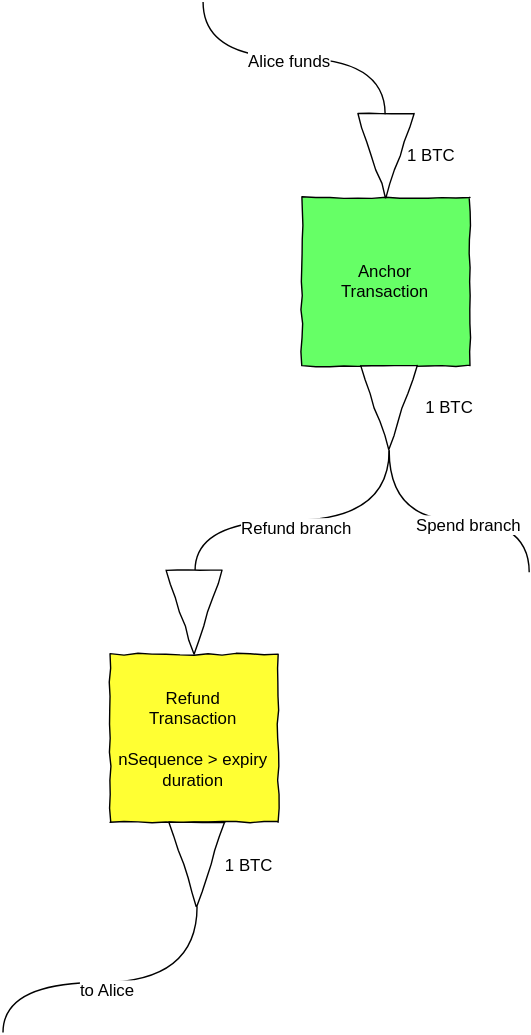
PayChan/bitcoin-payment-channels-taxonomy keeps this draw.io diagram as Simple_Channel2.svg. Above is the earlier version. Source tidied: cells renumbered, new cells last; positions are measured from the earlier drawing's top-left corner, leaving out a move shared by most shapes. The source it was exported from:
```xml
<mxGraphModel background="#ffffff">
  <root>
    <mxCell id="0" />
    <mxCell id="1" parent="0" />
    <mxCell id="2" value="Anchor&lt;div&gt;Transaction&lt;/div&gt;" style="whiteSpace=wrap;html=1;comic=1;fillColor=#66FF66;" parent="1" vertex="1">
      <mxGeometry x="214" y="139.6" width="120" height="120" as="geometry" />
    </mxCell>
    <mxCell id="3" style="triangle;whiteSpace=wrap;html=1;comic=1;rotation=90;" parent="1" vertex="1">
      <mxGeometry x="244" y="89.6" width="60" height="40" as="geometry" />
    </mxCell>
    <mxCell id="4" style="triangle;whiteSpace=wrap;html=1;comic=1;rotation=90;" parent="1" vertex="1">
      <mxGeometry x="246" y="269.6" width="60" height="40" as="geometry" />
    </mxCell>
    <mxCell id="5" style="endArrow=none;html=1;edgeStyle=orthogonalEdgeStyle;entryX=0;entryY=0.5;endFill=0;curved=1;" parent="1" edge="1">
      <mxGeometry x="559" y="3480.6" as="geometry">
        <mxPoint x="143.4" as="sourcePoint" />
        <mxPoint x="273.4" y="80" as="targetPoint" />
        <Array as="points">
          <mxPoint x="144" y="39.6" />
          <mxPoint x="274" y="39.6" />
        </Array>
      </mxGeometry>
    </mxCell>
    <mxCell id="6" value="Alice funds" style="text;html=1;align=center;verticalAlign=middle;labelBackgroundColor=#ffffff;" parent="5" vertex="1">
      <mxGeometry relative="1" as="geometry">
        <mxPoint x="-4" y="1" as="offset" />
      </mxGeometry>
    </mxCell>
    <mxCell id="7" value="Alice funds" style="text;html=1;align=center;verticalAlign=middle;labelBackgroundColor=#ffffff;" parent="1" vertex="1">
      <mxGeometry x="205.1" y="41" as="geometry">
        <mxPoint x="-4" y="1" as="offset" />
      </mxGeometry>
    </mxCell>
    <mxCell id="8" style="endArrow=none;html=1;edgeStyle=orthogonalEdgeStyle;endFill=0;curved=1;exitX=1;exitY=0.5;entryX=0;entryY=0.5;" parent="1" edge="1" source="4">
      <mxGeometry x="706" y="3810.6" as="geometry">
        <mxPoint x="376.3" y="407.1" as="targetPoint" />
        <Array as="points">
          <mxPoint x="276" y="369.6" />
          <mxPoint x="376" y="369.6" />
        </Array>
      </mxGeometry>
    </mxCell>
    <mxCell id="9" value="Spend branch" style="text;html=1;align=center;verticalAlign=middle;labelBackgroundColor=#ffffff;" parent="8" vertex="1">
      <mxGeometry relative="1" as="geometry">
        <mxPoint x="12" y="2" as="offset" />
      </mxGeometry>
    </mxCell>
    <mxCell id="10" value="Spend branch" style="text;html=1;align=center;verticalAlign=middle;labelBackgroundColor=#ffffff;" parent="1" vertex="1">
      <mxGeometry x="332.6" y="372" as="geometry">
        <mxPoint x="12" y="2" as="offset" />
      </mxGeometry>
    </mxCell>
    <mxCell id="11" style="endArrow=none;html=1;edgeStyle=orthogonalEdgeStyle;endFill=0;curved=1;exitX=1;exitY=0.5;entryX=0;entryY=0.5;" parent="1" edge="1" source="4" target="17">
      <mxGeometry x="416" y="3820.6" as="geometry">
        <Array as="points">
          <mxPoint x="276" y="369.6" />
          <mxPoint x="137" y="369.6" />
        </Array>
      </mxGeometry>
    </mxCell>
    <mxCell id="12" value="Refund branch" style="text;html=1;align=center;verticalAlign=middle;labelBackgroundColor=#ffffff;" parent="11" vertex="1">
      <mxGeometry relative="1" as="geometry">
        <mxPoint x="-4" y="4" as="offset" />
      </mxGeometry>
    </mxCell>
    <mxCell id="13" value="Refund branch" style="text;html=1;align=center;verticalAlign=middle;labelBackgroundColor=#ffffff;" parent="1" vertex="1">
      <mxGeometry x="209.4" y="374" as="geometry">
        <mxPoint x="-4" y="4" as="offset" />
      </mxGeometry>
    </mxCell>
    <mxCell id="14" value="1 BTC" style="text;html=1;strokeColor=none;fillColor=none;align=center;verticalAlign=middle;whiteSpace=wrap;overflow=hidden;comic=1;" parent="1" vertex="1">
      <mxGeometry x="285" y="89.6" width="42" height="39" as="geometry" />
    </mxCell>
    <mxCell id="15" value="1 BTC" style="text;html=1;strokeColor=none;fillColor=none;align=center;verticalAlign=middle;whiteSpace=wrap;overflow=hidden;comic=1;" parent="1" vertex="1">
      <mxGeometry x="295" y="269.6" width="48" height="39" as="geometry" />
    </mxCell>
    <mxCell id="16" value="Refund&lt;div&gt;Transaction&lt;/div&gt;&lt;div&gt;&lt;br&gt;&lt;/div&gt;&lt;div&gt;nSequence &amp;gt; expiry duration&lt;/div&gt;" style="whiteSpace=wrap;html=1;comic=1;fillColor=#FFFF33;" parent="1" vertex="1">
      <mxGeometry x="77" y="465.6" width="120" height="120" as="geometry" />
    </mxCell>
    <mxCell id="17" style="triangle;whiteSpace=wrap;html=1;comic=1;rotation=90;" parent="1" vertex="1">
      <mxGeometry x="107" y="415.6" width="60" height="40" as="geometry" />
    </mxCell>
    <mxCell id="18" style="triangle;whiteSpace=wrap;html=1;comic=1;rotation=90;" parent="1" vertex="1">
      <mxGeometry x="109" y="595.6" width="60" height="40" as="geometry" />
    </mxCell>
    <mxCell id="19" style="endArrow=none;html=1;edgeStyle=orthogonalEdgeStyle;endFill=0;curved=1;exitX=1;exitY=0.5;entryX=0;entryY=0.5;" parent="1" edge="1" source="18">
      <mxGeometry x="279" y="4150.6" as="geometry">
        <mxPoint x="0.6" y="735.7" as="targetPoint" />
        <Array as="points">
          <mxPoint x="139" y="699.6" />
          <mxPoint y="699.6" />
        </Array>
      </mxGeometry>
    </mxCell>
    <mxCell id="20" value="to Alice" style="text;html=1;align=center;verticalAlign=middle;labelBackgroundColor=#ffffff;" parent="19" vertex="1">
      <mxGeometry relative="1" as="geometry">
        <mxPoint x="-4" y="4" as="offset" />
      </mxGeometry>
    </mxCell>
    <mxCell id="21" value="to Alice" style="text;html=1;align=center;verticalAlign=middle;labelBackgroundColor=#ffffff;" parent="1" vertex="1">
      <mxGeometry x="75.1" y="704" as="geometry">
        <mxPoint x="-4" y="4" as="offset" />
      </mxGeometry>
    </mxCell>
    <mxCell id="22" value="1 BTC" style="text;html=1;strokeColor=none;fillColor=none;align=center;verticalAlign=middle;whiteSpace=wrap;overflow=hidden;comic=1;" parent="1" vertex="1">
      <mxGeometry x="153" y="596.6" width="48" height="39" as="geometry" />
    </mxCell>
  </root>
</mxGraphModel>
```
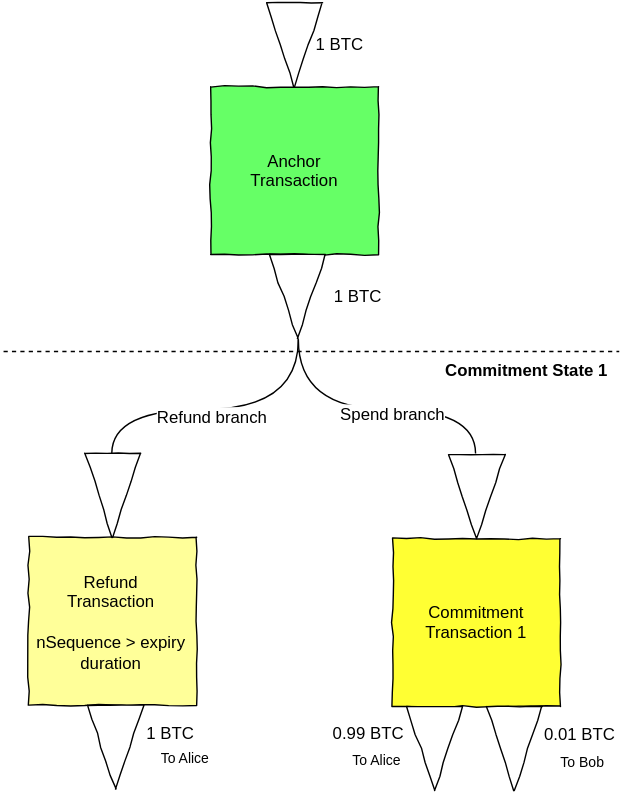
Later version of the same file.

Commit message:
Add recharging the channel and other stuff

What changed in the source:
```diff
@@ -3,107 +3,103 @@
     <mxCell id="0" />
     <mxCell id="1" parent="0" />
     <mxCell id="2" value="Anchor&lt;div&gt;Transaction&lt;/div&gt;" style="whiteSpace=wrap;html=1;comic=1;fillColor=#66FF66;" parent="1" vertex="1">
-      <mxGeometry x="214" y="139.6" width="120" height="120" as="geometry" />
+      <mxGeometry x="184" y="-1503.6" width="120" height="120" as="geometry" />
     </mxCell>
     <mxCell id="3" style="triangle;whiteSpace=wrap;html=1;comic=1;rotation=90;" parent="1" vertex="1">
-      <mxGeometry x="244" y="89.6" width="60" height="40" as="geometry" />
+      <mxGeometry x="214" y="-1553.6" width="60" height="40" as="geometry" />
     </mxCell>
     <mxCell id="4" style="triangle;whiteSpace=wrap;html=1;comic=1;rotation=90;" parent="1" vertex="1">
-      <mxGeometry x="246" y="269.6" width="60" height="40" as="geometry" />
+      <mxGeometry x="216" y="-1373.6" width="60" height="40" as="geometry" />
     </mxCell>
-    <mxCell id="5" style="endArrow=none;html=1;edgeStyle=orthogonalEdgeStyle;entryX=0;entryY=0.5;endFill=0;curved=1;" parent="1" edge="1">
-      <mxGeometry x="559" y="3480.6" as="geometry">
-        <mxPoint x="143.4" as="sourcePoint" />
-        <mxPoint x="273.4" y="80" as="targetPoint" />
+    <mxCell id="5" style="endArrow=none;html=1;edgeStyle=orthogonalEdgeStyle;endFill=0;curved=1;exitX=1;exitY=0.5;entryX=0;entryY=0.5;" parent="1" edge="1" source="4" target="17">
+      <mxGeometry x="676" y="2167.4" as="geometry">
         <Array as="points">
-          <mxPoint x="144" y="39.6" />
-          <mxPoint x="274" y="39.6" />
+          <mxPoint x="246" y="-1273" />
+          <mxPoint x="373" y="-1273" />
         </Array>
       </mxGeometry>
     </mxCell>
-    <mxCell id="6" value="Alice funds" style="text;html=1;align=center;verticalAlign=middle;labelBackgroundColor=#ffffff;" parent="5" vertex="1">
+    <mxCell id="6" value="Spend branch" style="text;html=1;align=center;verticalAlign=middle;labelBackgroundColor=#ffffff;" parent="5" vertex="1">
       <mxGeometry relative="1" as="geometry">
-        <mxPoint x="-4" y="1" as="offset" />
+        <mxPoint x="12" y="2" as="offset" />
       </mxGeometry>
     </mxCell>
-    <mxCell id="7" value="Alice funds" style="text;html=1;align=center;verticalAlign=middle;labelBackgroundColor=#ffffff;" parent="1" vertex="1">
-      <mxGeometry x="205.1" y="41" as="geometry">
-        <mxPoint x="-4" y="1" as="offset" />
+    <mxCell id="7" value="Spend branch" style="text;html=1;align=center;verticalAlign=middle;labelBackgroundColor=#ffffff;" parent="1" vertex="1">
+      <mxGeometry x="313.7" y="-1271" as="geometry">
+        <mxPoint x="12" y="2" as="offset" />
       </mxGeometry>
     </mxCell>
-    <mxCell id="8" style="endArrow=none;html=1;edgeStyle=orthogonalEdgeStyle;endFill=0;curved=1;exitX=1;exitY=0.5;entryX=0;entryY=0.5;" parent="1" edge="1" source="4">
-      <mxGeometry x="706" y="3810.6" as="geometry">
-        <mxPoint x="376.3" y="407.1" as="targetPoint" />
+    <mxCell id="8" style="endArrow=none;html=1;edgeStyle=orthogonalEdgeStyle;endFill=0;curved=1;exitX=1;exitY=0.5;entryX=0;entryY=0.5;" parent="1" edge="1" source="4" target="14">
+      <mxGeometry x="386" y="2177.4" as="geometry">
         <Array as="points">
-          <mxPoint x="276" y="369.6" />
-          <mxPoint x="376" y="369.6" />
+          <mxPoint x="246" y="-1273" />
+          <mxPoint x="113" y="-1273" />
         </Array>
       </mxGeometry>
     </mxCell>
-    <mxCell id="9" value="Spend branch" style="text;html=1;align=center;verticalAlign=middle;labelBackgroundColor=#ffffff;" parent="8" vertex="1">
+    <mxCell id="9" value="Refund branch" style="text;html=1;align=center;verticalAlign=middle;labelBackgroundColor=#ffffff;" parent="8" vertex="1">
       <mxGeometry relative="1" as="geometry">
-        <mxPoint x="12" y="2" as="offset" />
+        <mxPoint x="-4" y="4" as="offset" />
       </mxGeometry>
     </mxCell>
-    <mxCell id="10" value="Spend branch" style="text;html=1;align=center;verticalAlign=middle;labelBackgroundColor=#ffffff;" parent="1" vertex="1">
-      <mxGeometry x="332.6" y="372" as="geometry">
-        <mxPoint x="12" y="2" as="offset" />
+    <mxCell id="10" value="Refund branch" style="text;html=1;align=center;verticalAlign=middle;labelBackgroundColor=#ffffff;" parent="1" vertex="1">
+      <mxGeometry x="184.3" y="-1269" as="geometry">
+        <mxPoint x="-4" y="4" as="offset" />
       </mxGeometry>
     </mxCell>
-    <mxCell id="11" style="endArrow=none;html=1;edgeStyle=orthogonalEdgeStyle;endFill=0;curved=1;exitX=1;exitY=0.5;entryX=0;entryY=0.5;" parent="1" edge="1" source="4" target="17">
-      <mxGeometry x="416" y="3820.6" as="geometry">
-        <Array as="points">
-          <mxPoint x="276" y="369.6" />
-          <mxPoint x="137" y="369.6" />
-        </Array>
-      </mxGeometry>
+    <mxCell id="11" value="1 BTC" style="text;html=1;strokeColor=none;fillColor=none;align=center;verticalAlign=middle;whiteSpace=wrap;overflow=hidden;comic=1;" parent="1" vertex="1">
+      <mxGeometry x="255" y="-1553.6" width="42" height="39" as="geometry" />
     </mxCell>
-    <mxCell id="12" value="Refund branch" style="text;html=1;align=center;verticalAlign=middle;labelBackgroundColor=#ffffff;" parent="11" vertex="1">
-      <mxGeometry relative="1" as="geometry">
-        <mxPoint x="-4" y="4" as="offset" />
-      </mxGeometry>
+    <mxCell id="12" value="1 BTC" style="text;html=1;strokeColor=none;fillColor=none;align=center;verticalAlign=middle;whiteSpace=wrap;overflow=hidden;comic=1;" parent="1" vertex="1">
+      <mxGeometry x="265" y="-1373.6" width="48" height="39" as="geometry" />
     </mxCell>
-    <mxCell id="13" value="Refund branch" style="text;html=1;align=center;verticalAlign=middle;labelBackgroundColor=#ffffff;" parent="1" vertex="1">
-      <mxGeometry x="209.4" y="374" as="geometry">
-        <mxPoint x="-4" y="4" as="offset" />
-      </mxGeometry>
+    <mxCell id="13" value="&lt;span&gt;Refund&lt;/span&gt;&lt;div&gt;Transaction&lt;/div&gt;&lt;div&gt;&lt;br&gt;&lt;/div&gt;&lt;div&gt;nSequence &amp;gt; expiry duration&lt;/div&gt;" style="whiteSpace=wrap;html=1;comic=1;fillColor=#FFFF99;" parent="1" vertex="1">
+      <mxGeometry x="54" y="-1181.6" width="120" height="120" as="geometry" />
     </mxCell>
-    <mxCell id="14" value="1 BTC" style="text;html=1;strokeColor=none;fillColor=none;align=center;verticalAlign=middle;whiteSpace=wrap;overflow=hidden;comic=1;" parent="1" vertex="1">
-      <mxGeometry x="285" y="89.6" width="42" height="39" as="geometry" />
+    <mxCell id="14" style="triangle;whiteSpace=wrap;html=1;comic=1;rotation=90;" parent="1" vertex="1">
+      <mxGeometry x="84" y="-1231.6" width="60" height="40" as="geometry" />
     </mxCell>
-    <mxCell id="15" value="1 BTC" style="text;html=1;strokeColor=none;fillColor=none;align=center;verticalAlign=middle;whiteSpace=wrap;overflow=hidden;comic=1;" parent="1" vertex="1">
-      <mxGeometry x="295" y="269.6" width="48" height="39" as="geometry" />
+    <mxCell id="15" style="triangle;whiteSpace=wrap;html=1;comic=1;rotation=90;" parent="1" vertex="1">
+      <mxGeometry x="86" y="-1051.6" width="60" height="40" as="geometry" />
     </mxCell>
-    <mxCell id="16" value="Refund&lt;div&gt;Transaction&lt;/div&gt;&lt;div&gt;&lt;br&gt;&lt;/div&gt;&lt;div&gt;nSequence &amp;gt; expiry duration&lt;/div&gt;" style="whiteSpace=wrap;html=1;comic=1;fillColor=#FFFF33;" parent="1" vertex="1">
-      <mxGeometry x="77" y="465.6" width="120" height="120" as="geometry" />
+    <mxCell id="16" value="Commitment&lt;div&gt;Transaction 1&lt;/div&gt;" style="whiteSpace=wrap;html=1;comic=1;fillColor=#FFFF33;" parent="1" vertex="1">
+      <mxGeometry x="314" y="-1180.6" width="120" height="120" as="geometry" />
     </mxCell>
     <mxCell id="17" style="triangle;whiteSpace=wrap;html=1;comic=1;rotation=90;" parent="1" vertex="1">
-      <mxGeometry x="107" y="415.6" width="60" height="40" as="geometry" />
+      <mxGeometry x="344" y="-1230.6" width="60" height="40" as="geometry" />
     </mxCell>
     <mxCell id="18" style="triangle;whiteSpace=wrap;html=1;comic=1;rotation=90;" parent="1" vertex="1">
-      <mxGeometry x="109" y="595.6" width="60" height="40" as="geometry" />
+      <mxGeometry x="314" y="-1050.6" width="60" height="40" as="geometry" />
     </mxCell>
-    <mxCell id="19" style="endArrow=none;html=1;edgeStyle=orthogonalEdgeStyle;endFill=0;curved=1;exitX=1;exitY=0.5;entryX=0;entryY=0.5;" parent="1" edge="1" source="18">
-      <mxGeometry x="279" y="4150.6" as="geometry">
-        <mxPoint x="0.6" y="735.7" as="targetPoint" />
-        <Array as="points">
-          <mxPoint x="139" y="699.6" />
-          <mxPoint y="699.6" />
-        </Array>
-      </mxGeometry>
+    <mxCell id="19" style="triangle;whiteSpace=wrap;html=1;comic=1;rotation=90;" parent="1" vertex="1">
+      <mxGeometry x="371" y="-1050.6" width="60" height="40" as="geometry" />
     </mxCell>
-    <mxCell id="20" value="to Alice" style="text;html=1;align=center;verticalAlign=middle;labelBackgroundColor=#ffffff;" parent="19" vertex="1">
-      <mxGeometry relative="1" as="geometry">
-        <mxPoint x="-4" y="4" as="offset" />
-      </mxGeometry>
+    <mxCell id="20" value="&lt;div&gt;0.99 BTC&lt;/div&gt;" style="text;html=1;strokeColor=none;fillColor=none;align=center;verticalAlign=middle;whiteSpace=wrap;overflow=hidden;comic=1;" parent="1" vertex="1">
+      <mxGeometry x="267" y="-1061.6" width="57" height="39" as="geometry" />
     </mxCell>
-    <mxCell id="21" value="to Alice" style="text;html=1;align=center;verticalAlign=middle;labelBackgroundColor=#ffffff;" parent="1" vertex="1">
-      <mxGeometry x="75.1" y="704" as="geometry">
-        <mxPoint x="-4" y="4" as="offset" />
-      </mxGeometry>
+    <mxCell id="21" value="&lt;div&gt;0.01 BTC&lt;/div&gt;" style="text;html=1;strokeColor=none;fillColor=none;align=center;verticalAlign=middle;whiteSpace=wrap;overflow=hidden;comic=1;" parent="1" vertex="1">
+      <mxGeometry x="418" y="-1060.6" width="57" height="39" as="geometry" />
     </mxCell>
     <mxCell id="22" value="1 BTC" style="text;html=1;strokeColor=none;fillColor=none;align=center;verticalAlign=middle;whiteSpace=wrap;overflow=hidden;comic=1;" parent="1" vertex="1">
-      <mxGeometry x="153" y="596.6" width="48" height="39" as="geometry" />
+      <mxGeometry x="131" y="-1061.6" width="48" height="39" as="geometry" />
     </mxCell>
+    <mxCell id="23" value="&lt;font style=&quot;font-size: 10px&quot;&gt;To Alice&lt;/font&gt;" style="text;html=1;strokeColor=none;fillColor=none;align=center;verticalAlign=middle;whiteSpace=wrap;overflow=hidden;" parent="1" vertex="1">
+      <mxGeometry x="136" y="-1035" width="59" height="20" as="geometry" />
+    </mxCell>
+    <mxCell id="24" value="&lt;font style=&quot;font-size: 10px&quot;&gt;To Alice&lt;/font&gt;" style="text;html=1;strokeColor=none;fillColor=none;align=center;verticalAlign=middle;whiteSpace=wrap;overflow=hidden;" parent="1" vertex="1">
+      <mxGeometry x="273" y="-1033" width="59" height="20" as="geometry" />
+    </mxCell>
+    <mxCell id="25" value="&lt;font style=&quot;font-size: 10px&quot;&gt;To Bob&lt;/font&gt;" style="text;html=1;strokeColor=none;fillColor=none;align=center;verticalAlign=middle;whiteSpace=wrap;overflow=hidden;" parent="1" vertex="1">
+      <mxGeometry x="420" y="-1032" width="59" height="20" as="geometry" />
+    </mxCell>
+    <mxCell id="26" style="endArrow=none;html=1;endFill=0;dashed=1;" parent="1" edge="1">
+      <mxGeometry x="451" y="2166.7" as="geometry">
+        <mxPoint x="36" y="-1314.3" as="sourcePoint" />
+        <mxPoint x="476" y="-1314.3" as="targetPoint" />
+      </mxGeometry>
+    </mxCell>
+    <mxCell id="27" value="&lt;b&gt;Commitment State 1&lt;/b&gt;" style="text;html=1;strokeColor=none;fillColor=none;align=center;verticalAlign=middle;whiteSpace=wrap;overflow=hidden;" parent="1" vertex="1">
+      <mxGeometry x="332" y="-1311" width="153" height="20" as="geometry" />
+    </mxCell>
   </root>
 </mxGraphModel>
```
